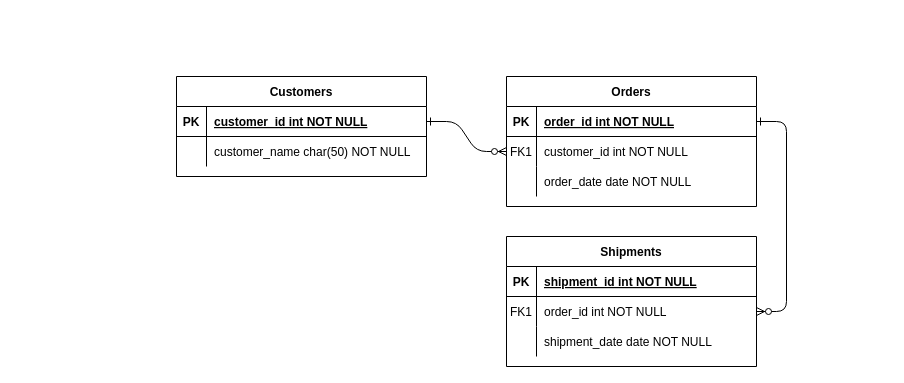
EduardoCostaEXE/Desafios-DIO keeps this draw.io diagram as e-commerce.drawio. Above is the earlier version. Source tidied: cells renumbered, new cells numbered last; positions are measured from the earlier drawing's top-left corner, leaving out a move shared by most shapes. Both pictures are drawn from the tidied source at 100%, with x=0, y=0 at pixel (176, 76).
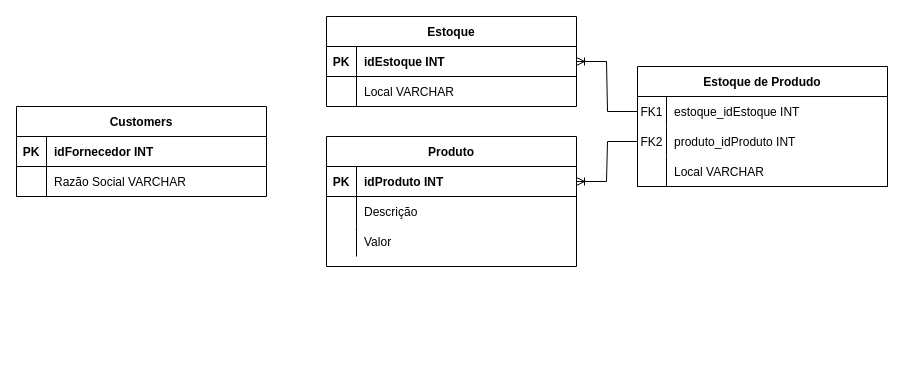
The same diagram, later.

Unchanged cells that the change refers to:
```xml
<mxCell id="15" style="shape=partialRectangle;fillColor=none;points=[[0,0.5],[1,0.5]];portConstraint=eastwest;top=0;left=0;right=0;bottom=1;" parent="14" vertex="1">
  <mxGeometry y="30" width="250" height="30" as="geometry" />
</mxCell>
<mxCell id="18" style="shape=partialRectangle;fillColor=none;points=[[0,0.5],[1,0.5]];portConstraint=eastwest;top=0;left=0;right=0;bottom=0;" parent="14" vertex="1">
  <mxGeometry y="60" width="250" height="30" as="geometry" />
</mxCell>
<mxCell id="21" style="shape=partialRectangle;fillColor=none;top=0;left=0;right=0;bottom=0;" parent="14" vertex="1">
  <mxGeometry y="90" width="250" height="30" as="geometry" />
</mxCell>
<mxCell id="25" style="shape=partialRectangle;fillColor=none;points=[[0,0.5],[1,0.5]];portConstraint=eastwest;top=0;left=0;right=0;bottom=1;" parent="24" vertex="1">
  <mxGeometry y="30" width="250" height="30" as="geometry" />
</mxCell>
<mxCell id="28" style="shape=partialRectangle;fillColor=none;top=0;left=0;right=0;bottom=0;" parent="24" vertex="1">
  <mxGeometry y="60" width="250" height="30" as="geometry" />
</mxCell>
```

What changed in the source:
```diff
@@
-    <mxCell id="2" style="edgeStyle=entityRelationEdgeStyle;endArrow=ERzeroToMany;startArrow=ERone;endFill=1;startFill=0;" parent="1" edge="1" source="25" target="8">
-      <mxGeometry relative="1" as="geometry" />
-    </mxCell>
-    <mxCell id="3" style="edgeStyle=entityRelationEdgeStyle;endArrow=ERzeroToMany;startArrow=ERone;endFill=1;startFill=0;" parent="1" edge="1" source="5" target="18">
-      <mxGeometry relative="1" as="geometry" />
-    </mxCell>
-    <mxCell id="4" value="Orders" style="shape=table;startSize=30;childLayout=tableLayout;rowLines=0;fontStyle=1;align=center;" parent="1" vertex="1">
-      <mxGeometry x="330" width="250" height="130" as="geometry" />
+    <mxCell id="4" value="Estoque de Produdo" style="shape=table;startSize=30;childLayout=tableLayout;rowLines=0;fontStyle=1;align=center;" parent="1" vertex="1">
+      <mxGeometry x="461" y="-10" width="250" height="120" as="geometry" />
     </mxCell>
+    <mxCell id="11" style="shape=partialRectangle;fillColor=none;points=[[0,0.5],[1,0.5]];portConstraint=eastwest;top=0;left=0;right=0;bottom=0;" parent="4" vertex="1">
+      <mxGeometry y="30" width="250" height="30" as="geometry" />
+    </mxCell>
+    <mxCell id="12" value="FK1" style="shape=partialRectangle;overflow=hidden;fillColor=none;top=0;left=0;bottom=0;right=0;" parent="11" vertex="1">
+      <mxGeometry width="29" height="30" as="geometry" />
+    </mxCell>
+    <mxCell id="13" value="estoque_idEstoque INT" style="shape=partialRectangle;overflow=hidden;fillColor=none;top=0;left=0;bottom=0;right=0;align=left;spacingLeft=6;" parent="11" vertex="1">
+      <mxGeometry x="29" width="221" height="30" as="geometry" />
+    </mxCell>
+    <mxCell id="8" style="shape=partialRectangle;fillColor=none;points=[[0,0.5],[1,0.5]];portConstraint=eastwest;top=0;left=0;right=0;bottom=0;" parent="4" vertex="1">
+      <mxGeometry y="60" width="250" height="30" as="geometry" />
+    </mxCell>
+    <mxCell id="9" value="FK2" style="shape=partialRectangle;overflow=hidden;fillColor=none;top=0;left=0;bottom=0;right=0;" parent="8" vertex="1">
+      <mxGeometry width="29" height="30" as="geometry" />
+    </mxCell>
+    <mxCell id="10" value="produto_idProduto INT" style="shape=partialRectangle;overflow=hidden;fillColor=none;top=0;left=0;bottom=0;right=0;align=left;spacingLeft=6;" parent="8" vertex="1">
+      <mxGeometry x="29" width="221" height="30" as="geometry" />
+    </mxCell>
     <mxCell id="5" style="shape=partialRectangle;fillColor=none;points=[[0,0.5],[1,0.5]];portConstraint=eastwest;top=0;left=0;right=0;bottom=1;" parent="4" vertex="1">
-      <mxGeometry y="30" width="250" height="30" as="geometry" />
+      <mxGeometry y="90" width="250" height="30" as="geometry" />
     </mxCell>
-    <mxCell id="6" value="PK" style="shape=partialRectangle;overflow=hidden;fillColor=none;top=0;left=0;bottom=0;right=0;fontStyle=1;" parent="5" vertex="1">
-      <mxGeometry width="30" height="30" as="geometry" />
+    <mxCell id="6" style="shape=partialRectangle;overflow=hidden;fillColor=none;top=0;left=0;bottom=0;right=0;fontStyle=1;" parent="5" vertex="1">
+      <mxGeometry width="29" height="30" as="geometry" />
     </mxCell>
-    <mxCell id="7" value="order_id int NOT NULL " style="shape=partialRectangle;overflow=hidden;fillColor=none;top=0;left=0;bottom=0;right=0;align=left;spacingLeft=6;fontStyle=5;" parent="5" vertex="1">
-      <mxGeometry x="30" width="220" height="30" as="geometry" />
+    <mxCell id="7" value="Local VARCHAR" style="shape=partialRectangle;overflow=hidden;fillColor=none;top=0;left=0;bottom=0;right=0;align=left;spacingLeft=6;fontStyle=0;strokeColor=inherit;" parent="5" vertex="1">
+      <mxGeometry x="29" width="221" height="30" as="geometry" />
     </mxCell>
-    <mxCell id="8" style="shape=partialRectangle;fillColor=none;points=[[0,0.5],[1,0.5]];portConstraint=eastwest;top=0;left=0;right=0;bottom=0;" parent="4" vertex="1">
-      <mxGeometry y="60" width="250" height="30" as="geometry" />
-    </mxCell>
-    <mxCell id="9" value="FK1" style="shape=partialRectangle;overflow=hidden;fillColor=none;top=0;left=0;bottom=0;right=0;" parent="8" vertex="1">
-      <mxGeometry width="30" height="30" as="geometry" />
-    </mxCell>
-    <mxCell id="10" value="customer_id int NOT NULL" style="shape=partialRectangle;overflow=hidden;fillColor=none;top=0;left=0;bottom=0;right=0;align=left;spacingLeft=6;" parent="8" vertex="1">
-      <mxGeometry x="30" width="220" height="30" as="geometry" />
-    </mxCell>
-    <mxCell id="11" style="shape=partialRectangle;fillColor=none;points=[[0,0.5],[1,0.5]];portConstraint=eastwest;top=0;left=0;right=0;bottom=0;" parent="4" vertex="1">
-      <mxGeometry y="90" width="250" height="30" as="geometry" />
-    </mxCell>
-    <mxCell id="12" style="shape=partialRectangle;overflow=hidden;fillColor=none;top=0;left=0;bottom=0;right=0;" parent="11" vertex="1">
-      <mxGeometry width="30" height="30" as="geometry" />
-    </mxCell>
-    <mxCell id="13" value="order_date date NOT NULL" style="shape=partialRectangle;overflow=hidden;fillColor=none;top=0;left=0;bottom=0;right=0;align=left;spacingLeft=6;" parent="11" vertex="1">
-      <mxGeometry x="30" width="220" height="30" as="geometry" />
-    </mxCell>
-    <mxCell id="14" value="Shipments" style="shape=table;startSize=30;childLayout=tableLayout;rowLines=0;fontStyle=1;align=center;" parent="1" vertex="1">
-      <mxGeometry x="330" y="160" width="250" height="130" as="geometry" />
+    <mxCell id="14" value="Produto" style="shape=table;startSize=30;childLayout=tableLayout;rowLines=0;fontStyle=1;align=center;" parent="1" vertex="1">
+      <mxGeometry x="150" y="60" width="250" height="130" as="geometry" />
     </mxCell>
@@
-    <mxCell id="17" value="shipment_id int NOT NULL " style="shape=partialRectangle;overflow=hidden;fillColor=none;top=0;left=0;bottom=0;right=0;align=left;spacingLeft=6;fontStyle=5;" parent="15" vertex="1">
+    <mxCell id="17" value="idProduto INT" style="shape=partialRectangle;overflow=hidden;fillColor=none;top=0;left=0;bottom=0;right=0;align=left;spacingLeft=6;fontStyle=1;" parent="15" vertex="1">
       <mxGeometry x="30" width="220" height="30" as="geometry" />
     </mxCell>
@@
-    <mxCell id="19" value="FK1" style="shape=partialRectangle;overflow=hidden;fillColor=none;top=0;left=0;bottom=0;right=0;" parent="18" vertex="1">
+    <mxCell id="19" style="shape=partialRectangle;overflow=hidden;fillColor=none;top=0;left=0;bottom=0;right=0;" parent="18" vertex="1">
       <mxGeometry width="30" height="30" as="geometry" />
     </mxCell>
-    <mxCell id="20" value="order_id int NOT NULL" style="shape=partialRectangle;overflow=hidden;fillColor=none;top=0;left=0;bottom=0;right=0;align=left;spacingLeft=6;" parent="18" vertex="1">
+    <mxCell id="20" value="Descrição" style="shape=partialRectangle;overflow=hidden;fillColor=none;top=0;left=0;bottom=0;right=0;align=left;spacingLeft=6;" parent="18" vertex="1">
       <mxGeometry x="30" width="220" height="30" as="geometry" />
     </mxCell>
@@
-    <mxCell id="23" value="shipment_date date NOT NULL" style="shape=partialRectangle;overflow=hidden;fillColor=none;top=0;left=0;bottom=0;right=0;align=left;spacingLeft=6;" parent="21" vertex="1">
+    <mxCell id="23" value="Valor" style="shape=partialRectangle;overflow=hidden;fillColor=none;top=0;left=0;bottom=0;right=0;align=left;spacingLeft=6;" parent="21" vertex="1">
       <mxGeometry x="30" width="220" height="30" as="geometry" />
     </mxCell>
-    <mxCell id="24" value="Customers" style="shape=table;startSize=30;childLayout=tableLayout;rowLines=0;fontStyle=1;align=center;" parent="1" vertex="1">
-      <mxGeometry width="250" height="100" as="geometry" />
+    <mxCell id="24" value="Customers" style="shape=table;startSize=30;childLayout=tableLayout;rowLines=0;fontStyle=1;align=center;strokeWidth=1;" parent="1" vertex="1">
+      <mxGeometry x="-160" y="30" width="250" height="90" as="geometry" />
     </mxCell>
@@
-    <mxCell id="27" value="customer_id int NOT NULL " style="shape=partialRectangle;overflow=hidden;fillColor=none;top=0;left=0;bottom=0;right=0;align=left;spacingLeft=6;fontStyle=5;" parent="25" vertex="1">
+    <mxCell id="27" value="idFornecedor INT" style="shape=partialRectangle;overflow=hidden;fillColor=none;top=0;left=0;bottom=0;right=0;align=left;spacingLeft=6;fontStyle=1;" parent="25" vertex="1">
       <mxGeometry x="30" width="220" height="30" as="geometry" />
     </mxCell>
@@
-    <mxCell id="30" value="customer_name char(50) NOT NULL" style="shape=partialRectangle;overflow=hidden;fillColor=none;top=0;left=0;bottom=0;right=0;align=left;spacingLeft=6;" parent="28" vertex="1">
+    <mxCell id="30" value="Razão Social VARCHAR" style="shape=partialRectangle;overflow=hidden;fillColor=none;top=0;left=0;bottom=0;right=0;align=left;spacingLeft=6;" parent="28" vertex="1">
       <mxGeometry x="30" width="220" height="30" as="geometry" />
     </mxCell>
+    <mxCell id="31" value="Estoque" style="shape=table;startSize=30;childLayout=tableLayout;rowLines=0;fontStyle=1;align=center;strokeWidth=1;" parent="1" vertex="1">
+      <mxGeometry x="150" y="-60" width="250" height="90" as="geometry" />
+    </mxCell>
+    <mxCell id="32" style="shape=partialRectangle;fillColor=none;points=[[0,0.5],[1,0.5]];portConstraint=eastwest;top=0;left=0;right=0;bottom=1;" parent="31" vertex="1">
+      <mxGeometry y="30" width="250" height="30" as="geometry" />
+    </mxCell>
+    <mxCell id="33" value="PK" style="shape=partialRectangle;overflow=hidden;fillColor=none;top=0;left=0;bottom=0;right=0;fontStyle=1;" parent="32" vertex="1">
+      <mxGeometry width="30" height="30" as="geometry" />
+    </mxCell>
+    <mxCell id="34" value="idEstoque INT" style="shape=partialRectangle;overflow=hidden;fillColor=none;top=0;left=0;bottom=0;right=0;align=left;spacingLeft=6;fontStyle=1;" parent="32" vertex="1">
+      <mxGeometry x="30" width="220" height="30" as="geometry" />
+    </mxCell>
+    <mxCell id="35" style="shape=partialRectangle;fillColor=none;top=0;left=0;right=0;bottom=0;" parent="31" vertex="1">
+      <mxGeometry y="60" width="250" height="30" as="geometry" />
+    </mxCell>
+    <mxCell id="36" style="shape=partialRectangle;overflow=hidden;fillColor=none;top=0;left=0;bottom=0;right=0;" parent="35" vertex="1">
+      <mxGeometry width="30" height="30" as="geometry" />
+    </mxCell>
+    <mxCell id="37" value="Local VARCHAR" style="shape=partialRectangle;overflow=hidden;fillColor=none;top=0;left=0;bottom=0;right=0;align=left;spacingLeft=6;" parent="35" vertex="1">
+      <mxGeometry x="30" width="220" height="30" as="geometry" />
+    </mxCell>
+    <mxCell id="38" style="edgeStyle=entityRelationEdgeStyle;fontSize=12;html=1;endArrow=ERoneToMany;rounded=0;entryX=1;entryY=0.5;entryDx=0;entryDy=0;exitX=0;exitY=0.5;exitDx=0;exitDy=0;" parent="1" edge="1" source="8" target="15">
+      <mxGeometry relative="1" as="geometry" />
+    </mxCell>
+    <mxCell id="39" style="edgeStyle=entityRelationEdgeStyle;fontSize=12;html=1;endArrow=ERoneToMany;rounded=0;entryX=1;entryY=0.5;entryDx=0;entryDy=0;exitX=0;exitY=0.5;exitDx=0;exitDy=0;" parent="1" edge="1" source="11" target="32">
+      <mxGeometry relative="1" as="geometry" />
+    </mxCell>
```
